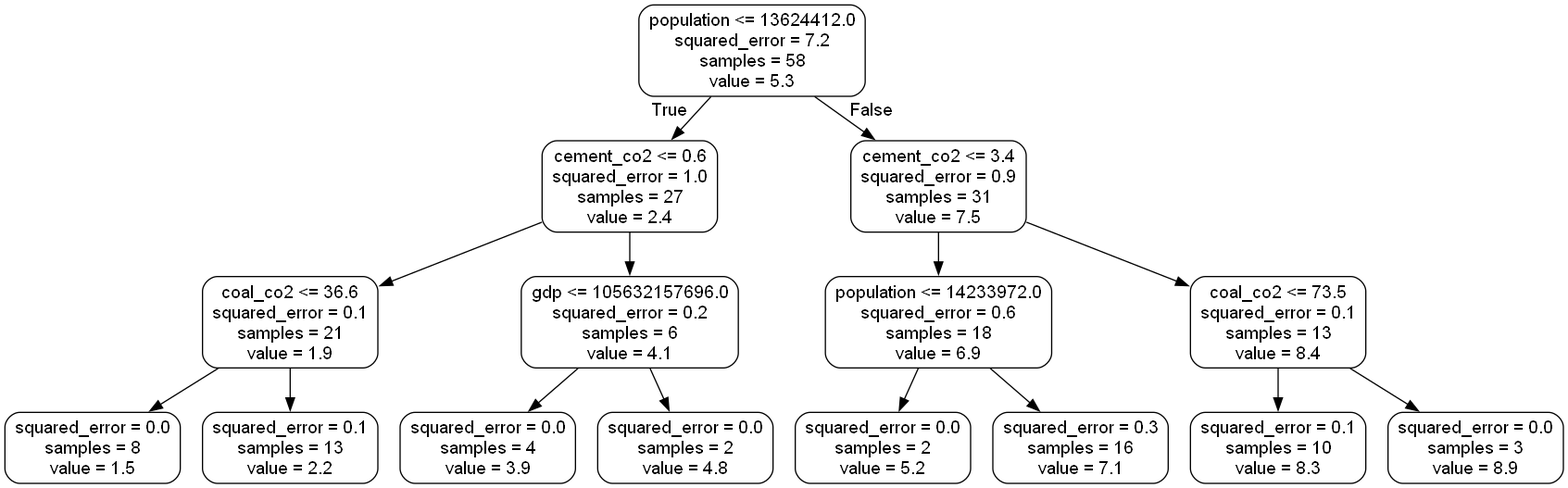
Earlier version of the Graphviz export small_tree.png (L-dos-Santos/final-project). Its source is kept beside it as small_tree.dot.
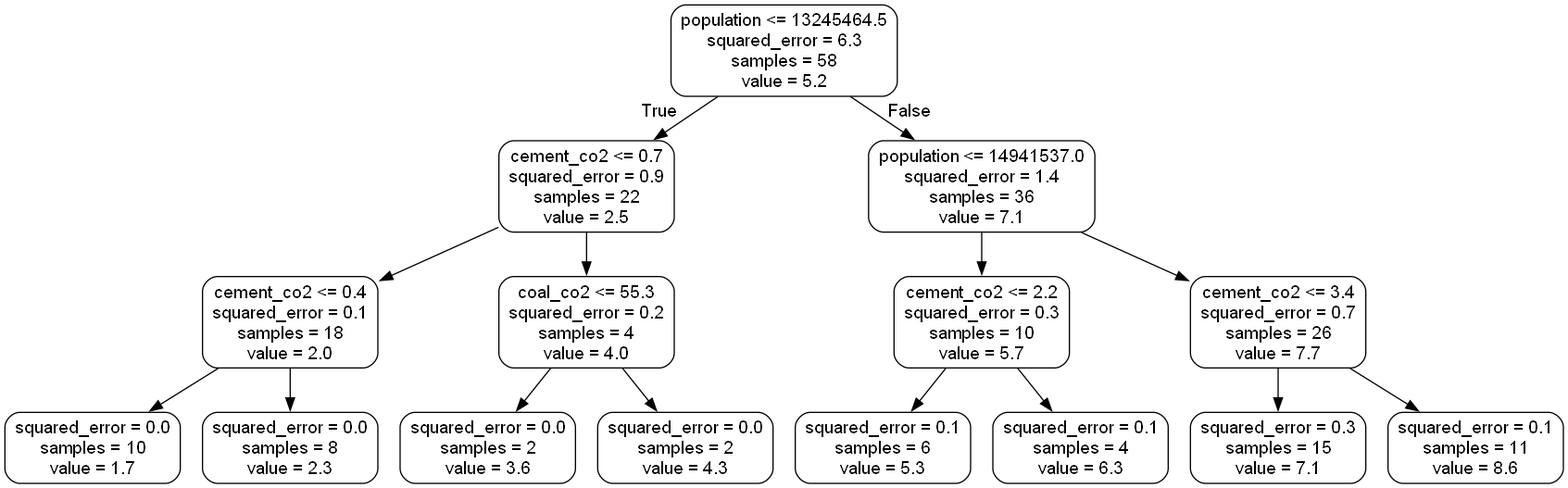
Above is the later version.

The edit, as a diff of the source:
```diff
@@ -1,33 +1,33 @@
 digraph Tree {
 node [shape=box, style="rounded", color="black", fontname="helvetica"] ;
 edge [fontname="helvetica"] ;
-0 [label="population <= 13624412.0\nsquared_error = 7.2\nsamples = 58\nvalue = 5.3"] ;
-1 [label="cement_co2 <= 0.6\nsquared_error = 1.0\nsamples = 27\nvalue = 2.4"] ;
+0 [label="population <= 13245464.5\nsquared_error = 6.3\nsamples = 58\nvalue = 5.2"] ;
+1 [label="cement_co2 <= 0.7\nsquared_error = 0.9\nsamples = 22\nvalue = 2.5"] ;
 0 -> 1 [labeldistance=2.5, labelangle=45, headlabel="True"] ;
-2 [label="coal_co2 <= 36.6\nsquared_error = 0.1\nsamples = 21\nvalue = 1.9"] ;
+2 [label="cement_co2 <= 0.4\nsquared_error = 0.1\nsamples = 18\nvalue = 2.0"] ;
 1 -> 2 ;
-3 [label="squared_error = 0.0\nsamples = 8\nvalue = 1.5"] ;
+3 [label="squared_error = 0.0\nsamples = 10\nvalue = 1.7"] ;
 2 -> 3 ;
-4 [label="squared_error = 0.1\nsamples = 13\nvalue = 2.2"] ;
+4 [label="squared_error = 0.0\nsamples = 8\nvalue = 2.3"] ;
 2 -> 4 ;
-5 [label="gdp <= 105632157696.0\nsquared_error = 0.2\nsamples = 6\nvalue = 4.1"] ;
+5 [label="coal_co2 <= 55.3\nsquared_error = 0.2\nsamples = 4\nvalue = 4.0"] ;
 1 -> 5 ;
-6 [label="squared_error = 0.0\nsamples = 4\nvalue = 3.9"] ;
+6 [label="squared_error = 0.0\nsamples = 2\nvalue = 3.6"] ;
 5 -> 6 ;
-7 [label="squared_error = 0.0\nsamples = 2\nvalue = 4.8"] ;
+7 [label="squared_error = 0.0\nsamples = 2\nvalue = 4.3"] ;
 5 -> 7 ;
-8 [label="cement_co2 <= 3.4\nsquared_error = 0.9\nsamples = 31\nvalue = 7.5"] ;
+8 [label="population <= 14941537.0\nsquared_error = 1.4\nsamples = 36\nvalue = 7.1"] ;
 0 -> 8 [labeldistance=2.5, labelangle=-45, headlabel="False"] ;
-9 [label="population <= 14233972.0\nsquared_error = 0.6\nsamples = 18\nvalue = 6.9"] ;
+9 [label="cement_co2 <= 2.2\nsquared_error = 0.3\nsamples = 10\nvalue = 5.7"] ;
 8 -> 9 ;
-10 [label="squared_error = 0.0\nsamples = 2\nvalue = 5.2"] ;
+10 [label="squared_error = 0.1\nsamples = 6\nvalue = 5.3"] ;
 9 -> 10 ;
-11 [label="squared_error = 0.3\nsamples = 16\nvalue = 7.1"] ;
+11 [label="squared_error = 0.1\nsamples = 4\nvalue = 6.3"] ;
 9 -> 11 ;
-12 [label="coal_co2 <= 73.5\nsquared_error = 0.1\nsamples = 13\nvalue = 8.4"] ;
+12 [label="cement_co2 <= 3.4\nsquared_error = 0.7\nsamples = 26\nvalue = 7.7"] ;
 8 -> 12 ;
-13 [label="squared_error = 0.1\nsamples = 10\nvalue = 8.3"] ;
+13 [label="squared_error = 0.3\nsamples = 15\nvalue = 7.1"] ;
 12 -> 13 ;
-14 [label="squared_error = 0.0\nsamples = 3\nvalue = 8.9"] ;
+14 [label="squared_error = 0.1\nsamples = 11\nvalue = 8.6"] ;
 12 -> 14 ;
 }
```
